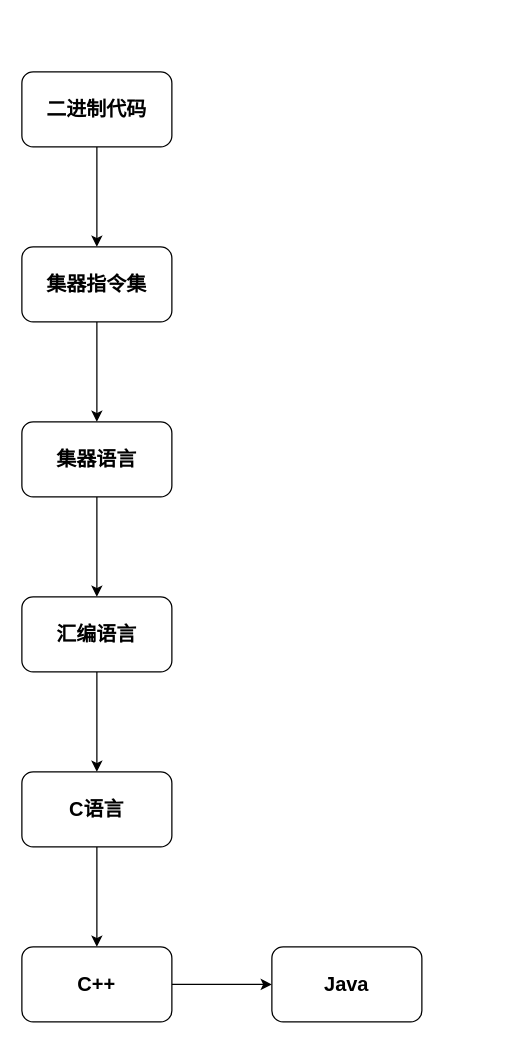
Before: Untitled Diagram.drawio in Garsonw/flow-chart, a draw.io diagram. Source tidied: cells renumbered, new cells numbered last; positions are measured from the earlier drawing's top-left corner, leaving out a move shared by most shapes. Both pictures are drawn from the tidied source at 125%, with x=0, y=0 at pixel (21, 71).
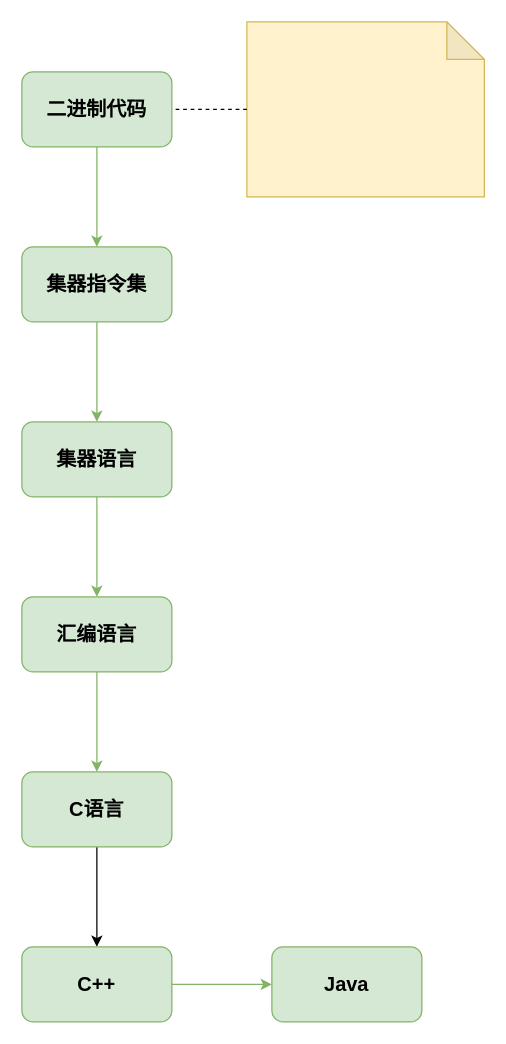
After the change.

Commit message (it also covers changes not shown here):
语言流程图

What changed in the source:
```diff
@@
 <mxGraphModel>
   <root>
     <mxCell id="0" />
     <mxCell id="1" parent="0" />
-    <mxCell id="2" style="edgeStyle=orthogonalEdgeStyle;rounded=0;jettySize=auto;html=1;strokeWidth=1;fontSize=16;fontStyle=1;" parent="1" edge="1" source="3" target="5">
+    <mxCell id="2" style="edgeStyle=orthogonalEdgeStyle;rounded=0;jettySize=auto;html=1;strokeWidth=1;fontSize=16;fontStyle=1;fillColor=#d5e8d4;strokeColor=#82b366;" parent="1" edge="1" source="3" target="5">
       <mxGeometry relative="1" as="geometry" />
     </mxCell>
-    <mxCell id="3" value="二进制代码" style="rounded=1;whiteSpace=wrap;html=1;strokeWidth=1;fontSize=16;fontStyle=1;" parent="1" vertex="1">
+    <mxCell id="3" value="二进制代码" style="rounded=1;whiteSpace=wrap;html=1;strokeWidth=1;fontSize=16;fontStyle=1;fillColor=#d5e8d4;strokeColor=#82b366;" parent="1" vertex="1">
       <mxGeometry width="120" height="60" as="geometry" />
     </mxCell>
-    <mxCell id="4" style="edgeStyle=orthogonalEdgeStyle;rounded=0;jettySize=auto;html=1;strokeWidth=1;fontSize=16;fontStyle=1;" parent="1" edge="1" source="5" target="7">
+    <mxCell id="4" style="edgeStyle=orthogonalEdgeStyle;rounded=0;jettySize=auto;html=1;strokeWidth=1;fontSize=16;fontStyle=1;fillColor=#d5e8d4;strokeColor=#82b366;" parent="1" edge="1" source="5" target="7">
       <mxGeometry relative="1" as="geometry" />
     </mxCell>
-    <mxCell id="5" value="集器指令集" style="whiteSpace=wrap;html=1;rounded=1;strokeWidth=1;fontSize=16;fontStyle=1;" parent="1" vertex="1">
+    <mxCell id="5" value="集器指令集" style="whiteSpace=wrap;html=1;rounded=1;strokeWidth=1;fontSize=16;fontStyle=1;fillColor=#d5e8d4;strokeColor=#82b366;" parent="1" vertex="1">
       <mxGeometry y="140" width="120" height="60" as="geometry" />
     </mxCell>
-    <mxCell id="6" style="edgeStyle=orthogonalEdgeStyle;rounded=0;jettySize=auto;html=1;strokeWidth=1;fontSize=16;fontStyle=1;" parent="1" edge="1" source="7" target="9">
+    <mxCell id="6" style="edgeStyle=orthogonalEdgeStyle;rounded=0;jettySize=auto;html=1;strokeWidth=1;fontSize=16;fontStyle=1;fillColor=#d5e8d4;strokeColor=#82b366;" parent="1" edge="1" source="7" target="9">
       <mxGeometry relative="1" as="geometry" />
     </mxCell>
-    <mxCell id="7" value="集器语言" style="whiteSpace=wrap;html=1;rounded=1;strokeWidth=1;fontSize=16;fontStyle=1;" parent="1" vertex="1">
+    <mxCell id="7" value="集器语言" style="whiteSpace=wrap;html=1;rounded=1;strokeWidth=1;fontSize=16;fontStyle=1;fillColor=#d5e8d4;strokeColor=#82b366;" parent="1" vertex="1">
       <mxGeometry y="280" width="120" height="60" as="geometry" />
     </mxCell>
-    <mxCell id="8" style="edgeStyle=orthogonalEdgeStyle;rounded=0;jettySize=auto;html=1;strokeWidth=1;fontSize=16;fontStyle=1;" parent="1" edge="1" source="9" target="11">
+    <mxCell id="8" style="edgeStyle=orthogonalEdgeStyle;rounded=0;jettySize=auto;html=1;strokeWidth=1;fontSize=16;fontStyle=1;fillColor=#d5e8d4;strokeColor=#82b366;" parent="1" edge="1" source="9" target="11">
       <mxGeometry relative="1" as="geometry" />
     </mxCell>
-    <mxCell id="9" value="汇编语言" style="whiteSpace=wrap;html=1;rounded=1;strokeWidth=1;fontSize=16;fontStyle=1;" parent="1" vertex="1">
+    <mxCell id="9" value="汇编语言" style="whiteSpace=wrap;html=1;rounded=1;strokeWidth=1;fontSize=16;fontStyle=1;fillColor=#d5e8d4;strokeColor=#82b366;" parent="1" vertex="1">
       <mxGeometry y="420" width="120" height="60" as="geometry" />
     </mxCell>
     <mxCell id="10" style="edgeStyle=orthogonalEdgeStyle;rounded=0;jettySize=auto;html=1;strokeWidth=1;fontSize=16;fontStyle=1;" parent="1" edge="1" source="11" target="13">
       <mxGeometry relative="1" as="geometry" />
     </mxCell>
-    <mxCell id="11" value="C语言" style="whiteSpace=wrap;html=1;rounded=1;strokeWidth=1;fontSize=16;fontStyle=1;" parent="1" vertex="1">
+    <mxCell id="11" value="C语言" style="whiteSpace=wrap;html=1;rounded=1;strokeWidth=1;fontSize=16;fontStyle=1;fillColor=#d5e8d4;strokeColor=#82b366;" parent="1" vertex="1">
       <mxGeometry y="560" width="120" height="60" as="geometry" />
     </mxCell>
-    <mxCell id="12" style="edgeStyle=orthogonalEdgeStyle;rounded=0;jettySize=auto;html=1;strokeWidth=1;fontSize=16;fontStyle=1;" parent="1" edge="1" source="13" target="14">
+    <mxCell id="12" style="edgeStyle=orthogonalEdgeStyle;rounded=0;jettySize=auto;html=1;strokeWidth=1;fontSize=16;fontStyle=1;fillColor=#d5e8d4;strokeColor=#82b366;" parent="1" edge="1" source="13" target="14">
       <mxGeometry relative="1" as="geometry" />
     </mxCell>
-    <mxCell id="13" value="C++" style="whiteSpace=wrap;html=1;rounded=1;strokeWidth=1;fontSize=16;fontStyle=1;" parent="1" vertex="1">
+    <mxCell id="13" value="C++" style="whiteSpace=wrap;html=1;rounded=1;strokeWidth=1;fontSize=16;fontStyle=1;fillColor=#d5e8d4;strokeColor=#82b366;" parent="1" vertex="1">
       <mxGeometry y="700" width="120" height="60" as="geometry" />
     </mxCell>
-    <mxCell id="14" value="Java" style="whiteSpace=wrap;html=1;rounded=1;strokeWidth=1;fontSize=16;fontStyle=1;" parent="1" vertex="1">
+    <mxCell id="14" value="Java" style="whiteSpace=wrap;html=1;rounded=1;strokeWidth=1;fontSize=16;fontStyle=1;fillColor=#d5e8d4;strokeColor=#82b366;" parent="1" vertex="1">
       <mxGeometry x="200" y="700" width="120" height="60" as="geometry" />
     </mxCell>
+    <mxCell id="15" style="shape=note;whiteSpace=wrap;html=1;backgroundOutline=1;darkOpacity=0.05;fillColor=#fff2cc;strokeColor=#d6b656;" parent="1" vertex="1">
+      <mxGeometry x="180" y="-40" width="190" height="140" as="geometry" />
+    </mxCell>
+    <mxCell id="16" style="endArrow=none;dashed=1;html=1;entryX=1;entryY=0.5;entryDx=0;entryDy=0;" parent="1" edge="1" source="15" target="3">
+      <mxGeometry relative="1" as="geometry" />
+    </mxCell>
   </root>
 </mxGraphModel>
```
